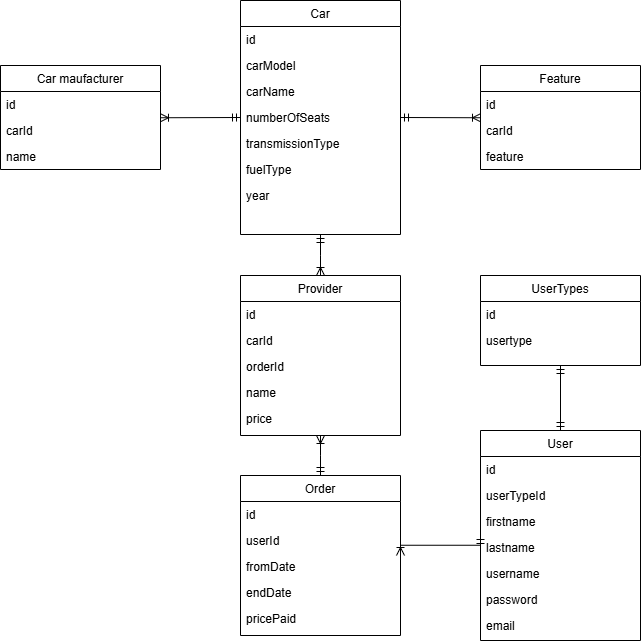
This is Doc/databaseScheme.drawio.png from Nezerpz/IDATA2306-Project-2025, a draw.io export, as it was before one commit. Source tidied: cells renumbered, new cells last; positions are measured from the earlier drawing's top-left corner, leaving out a move shared by most shapes.
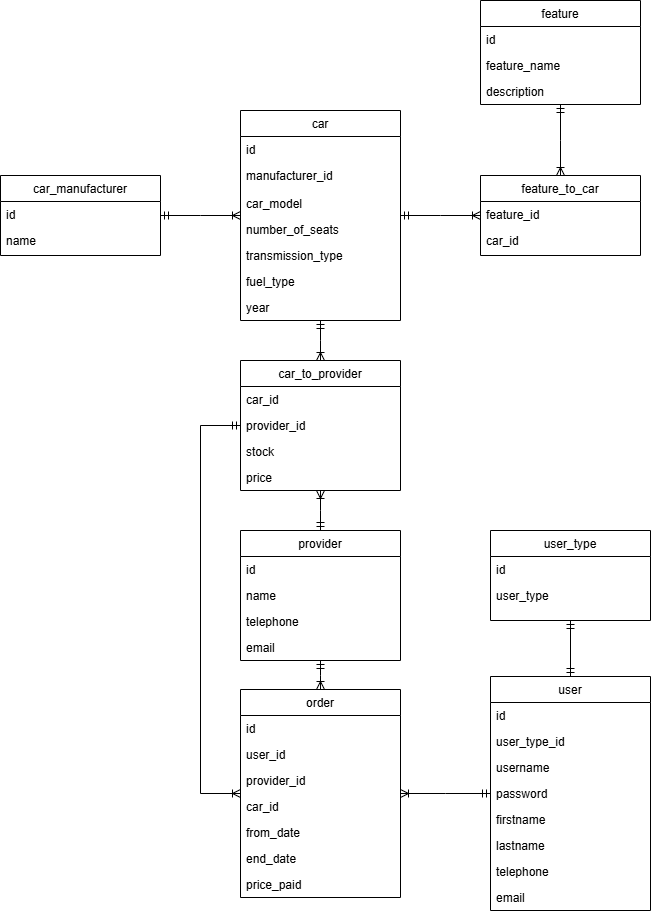
The same file after the commit.

Commit message:
Changes to database scheme

Diff of the diagram source:
```diff
@@ -2,140 +2,180 @@
   <root>
     <mxCell id="0" />
     <mxCell id="1" parent="0" />
-    <mxCell id="2" value="Car" style="swimlane;fontStyle=0;align=center;verticalAlign=top;horizontal=1;startSize=26;rounded=0;shadow=0;strokeWidth=1;" parent="1" vertex="1">
-      <mxGeometry x="240" width="160" height="234" as="geometry" />
+    <mxCell id="2" value="car" style="swimlane;fontStyle=0;align=center;verticalAlign=top;horizontal=1;startSize=26;rounded=0;shadow=0;strokeWidth=1;" parent="1" vertex="1">
+      <mxGeometry x="240" y="15" width="160" height="210" as="geometry" />
     </mxCell>
     <mxCell id="3" value="id" style="text;align=left;verticalAlign=top;spacingLeft=4;spacingRight=4;overflow=hidden;" parent="2" vertex="1">
       <mxGeometry y="26" width="160" height="26" as="geometry" />
     </mxCell>
+    <mxCell id="47" value="manufacturer_id&#10;" style="text;align=left;verticalAlign=top;spacingLeft=4;spacingRight=4;overflow=hidden;rounded=0;shadow=0;html=0;" parent="2" vertex="1">
+      <mxGeometry y="52" width="160" height="28" as="geometry" />
+    </mxCell>
-    <mxCell id="4" value="carModel" style="text;align=left;verticalAlign=top;spacingLeft=4;spacingRight=4;overflow=hidden;rounded=0;shadow=0;html=0;" parent="2" vertex="1">
-      <mxGeometry y="52" width="160" height="26" as="geometry" />
+    <mxCell id="4" value="car_model" style="text;align=left;verticalAlign=top;spacingLeft=4;spacingRight=4;overflow=hidden;rounded=0;shadow=0;html=0;" parent="2" vertex="1">
+      <mxGeometry y="80" width="160" height="26" as="geometry" />
     </mxCell>
-    <mxCell id="5" value="carName" style="text;align=left;verticalAlign=top;spacingLeft=4;spacingRight=4;overflow=hidden;rounded=0;shadow=0;html=0;" parent="2" vertex="1">
-      <mxGeometry y="78" width="160" height="26" as="geometry" />
-    </mxCell>
-    <mxCell id="6" value="numberOfSeats" style="text;align=left;verticalAlign=top;spacingLeft=4;spacingRight=4;overflow=hidden;rounded=0;shadow=0;html=0;" parent="2" vertex="1">
-      <mxGeometry y="104" width="160" height="26" as="geometry" />
+    <mxCell id="6" value="number_of_seats" style="text;align=left;verticalAlign=top;spacingLeft=4;spacingRight=4;overflow=hidden;rounded=0;shadow=0;html=0;" parent="2" vertex="1">
+      <mxGeometry y="106" width="160" height="26" as="geometry" />
     </mxCell>
-    <mxCell id="7" value="transmissionType" style="text;align=left;verticalAlign=top;spacingLeft=4;spacingRight=4;overflow=hidden;rounded=0;shadow=0;html=0;" parent="2" vertex="1">
-      <mxGeometry y="130" width="160" height="26" as="geometry" />
+    <mxCell id="7" value="transmission_type" style="text;align=left;verticalAlign=top;spacingLeft=4;spacingRight=4;overflow=hidden;rounded=0;shadow=0;html=0;" parent="2" vertex="1">
+      <mxGeometry y="132" width="160" height="26" as="geometry" />
     </mxCell>
-    <mxCell id="8" value="fuelType" style="text;align=left;verticalAlign=top;spacingLeft=4;spacingRight=4;overflow=hidden;rounded=0;shadow=0;html=0;" parent="2" vertex="1">
-      <mxGeometry y="156" width="160" height="26" as="geometry" />
+    <mxCell id="8" value="fuel_type" style="text;align=left;verticalAlign=top;spacingLeft=4;spacingRight=4;overflow=hidden;rounded=0;shadow=0;html=0;" parent="2" vertex="1">
+      <mxGeometry y="158" width="160" height="26" as="geometry" />
     </mxCell>
     <mxCell id="9" value="year" style="text;align=left;verticalAlign=top;spacingLeft=4;spacingRight=4;overflow=hidden;rounded=0;shadow=0;html=0;" parent="2" vertex="1">
-      <mxGeometry y="182" width="160" height="26" as="geometry" />
+      <mxGeometry y="184" width="160" height="26" as="geometry" />
     </mxCell>
-    <mxCell id="10" value="Order" style="swimlane;fontStyle=0;align=center;verticalAlign=top;horizontal=1;startSize=26;rounded=0;shadow=0;strokeWidth=1;" parent="1" vertex="1">
-      <mxGeometry x="240" y="475" width="160" height="160" as="geometry" />
+    <mxCell id="10" value="order" style="swimlane;fontStyle=0;align=center;verticalAlign=top;horizontal=1;startSize=26;rounded=0;shadow=0;strokeWidth=1;" parent="1" vertex="1">
+      <mxGeometry x="240" y="594" width="160" height="208" as="geometry" />
     </mxCell>
     <mxCell id="11" value="id" style="text;align=left;verticalAlign=top;spacingLeft=4;spacingRight=4;overflow=hidden;" parent="10" vertex="1">
       <mxGeometry y="26" width="160" height="26" as="geometry" />
     </mxCell>
-    <mxCell id="12" value="userId" style="text;align=left;verticalAlign=top;spacingLeft=4;spacingRight=4;overflow=hidden;" parent="10" vertex="1">
+    <mxCell id="12" value="user_id" style="text;align=left;verticalAlign=top;spacingLeft=4;spacingRight=4;overflow=hidden;" parent="10" vertex="1">
       <mxGeometry y="52" width="160" height="26" as="geometry" />
     </mxCell>
+    <mxCell id="48" value="provider_id" style="text;align=left;verticalAlign=top;spacingLeft=4;spacingRight=4;overflow=hidden;" parent="10" vertex="1">
+      <mxGeometry y="78" width="160" height="26" as="geometry" />
+    </mxCell>
+    <mxCell id="49" value="car_id" style="text;align=left;verticalAlign=top;spacingLeft=4;spacingRight=4;overflow=hidden;" parent="10" vertex="1">
+      <mxGeometry y="104" width="160" height="26" as="geometry" />
+    </mxCell>
-    <mxCell id="13" value="fromDate" style="text;align=left;verticalAlign=top;spacingLeft=4;spacingRight=4;overflow=hidden;" parent="10" vertex="1">
-      <mxGeometry y="78" width="160" height="26" as="geometry" />
+    <mxCell id="13" value="from_date" style="text;align=left;verticalAlign=top;spacingLeft=4;spacingRight=4;overflow=hidden;" parent="10" vertex="1">
+      <mxGeometry y="130" width="160" height="26" as="geometry" />
     </mxCell>
-    <mxCell id="14" value="endDate" style="text;align=left;verticalAlign=top;spacingLeft=4;spacingRight=4;overflow=hidden;" parent="10" vertex="1">
-      <mxGeometry y="104" width="160" height="26" as="geometry" />
+    <mxCell id="14" value="end_date" style="text;align=left;verticalAlign=top;spacingLeft=4;spacingRight=4;overflow=hidden;" parent="10" vertex="1">
+      <mxGeometry y="156" width="160" height="26" as="geometry" />
     </mxCell>
-    <mxCell id="15" value="pricePaid" style="text;align=left;verticalAlign=top;spacingLeft=4;spacingRight=4;overflow=hidden;" parent="10" vertex="1">
-      <mxGeometry y="130" width="160" height="26" as="geometry" />
+    <mxCell id="15" value="price_paid" style="text;align=left;verticalAlign=top;spacingLeft=4;spacingRight=4;overflow=hidden;" parent="10" vertex="1">
+      <mxGeometry y="182" width="160" height="26" as="geometry" />
     </mxCell>
-    <mxCell id="16" value="Feature" style="swimlane;fontStyle=0;align=center;verticalAlign=top;horizontal=1;startSize=26;rounded=0;shadow=0;strokeWidth=1;" parent="1" vertex="1">
-      <mxGeometry x="480" y="65" width="160" height="104" as="geometry" />
+    <mxCell id="16" value="feature_to_car" style="swimlane;fontStyle=0;align=center;verticalAlign=top;horizontal=1;startSize=26;rounded=0;shadow=0;strokeWidth=1;" parent="1" vertex="1">
+      <mxGeometry x="480" y="80" width="160" height="80" as="geometry" />
     </mxCell>
-    <mxCell id="17" value="id" style="text;align=left;verticalAlign=top;spacingLeft=4;spacingRight=4;overflow=hidden;rounded=0;shadow=0;html=0;" parent="16" vertex="1">
+    <mxCell id="17" value="feature_id" style="text;align=left;verticalAlign=top;spacingLeft=4;spacingRight=4;overflow=hidden;rounded=0;shadow=0;html=0;" parent="16" vertex="1">
       <mxGeometry y="26" width="160" height="26" as="geometry" />
     </mxCell>
-    <mxCell id="18" value="carId" style="text;align=left;verticalAlign=top;spacingLeft=4;spacingRight=4;overflow=hidden;rounded=0;shadow=0;html=0;" parent="16" vertex="1">
+    <mxCell id="18" value="car_id" style="text;align=left;verticalAlign=top;spacingLeft=4;spacingRight=4;overflow=hidden;rounded=0;shadow=0;html=0;" parent="16" vertex="1">
       <mxGeometry y="52" width="160" height="26" as="geometry" />
     </mxCell>
-    <mxCell id="19" value="feature" style="text;align=left;verticalAlign=top;spacingLeft=4;spacingRight=4;overflow=hidden;points=[[0,0.5],[1,0.5]];portConstraint=eastwest;rounded=0;shadow=0;html=0;" parent="16" vertex="1">
-      <mxGeometry y="78" width="160" height="26" as="geometry" />
-    </mxCell>
-    <mxCell id="20" style="endArrow=ERoneToMany;html=1;rounded=0;startArrow=ERmandOne;startFill=0;endFill=0;edgeStyle=elbowEdgeStyle;elbow=vertical;entryX=0;entryY=0.5;entryDx=0;entryDy=0;exitX=1;exitY=0.5;exitDx=0;exitDy=0;" parent="1" edge="1" source="2" target="16">
+    <mxCell id="20" style="endArrow=ERoneToMany;html=1;rounded=0;startArrow=ERmandOne;startFill=0;endFill=0;edgeStyle=elbowEdgeStyle;elbow=vertical;exitX=1;exitY=0.5;exitDx=0;exitDy=0;entryX=0;entryY=0.5;entryDx=0;entryDy=0;" parent="1" edge="1" source="2" target="16">
       <mxGeometry relative="1" as="geometry" />
     </mxCell>
-    <mxCell id="21" value="Car maufacturer" style="swimlane;fontStyle=0;align=center;verticalAlign=top;horizontal=1;startSize=26;rounded=0;shadow=0;strokeWidth=1;" parent="1" vertex="1">
-      <mxGeometry y="65" width="160" height="104" as="geometry" />
-    </mxCell>
-    <mxCell id="22" value="id" style="text;align=left;verticalAlign=top;spacingLeft=4;spacingRight=4;overflow=hidden;rounded=0;shadow=0;html=0;" parent="21" vertex="1">
-      <mxGeometry y="26" width="160" height="26" as="geometry" />
-    </mxCell>
-    <mxCell id="23" value="carId" style="text;align=left;verticalAlign=top;spacingLeft=4;spacingRight=4;overflow=hidden;rounded=0;shadow=0;html=0;" parent="21" vertex="1">
-      <mxGeometry y="52" width="160" height="26" as="geometry" />
-    </mxCell>
-    <mxCell id="24" value="name" style="text;align=left;verticalAlign=top;spacingLeft=4;spacingRight=4;overflow=hidden;rounded=0;shadow=0;html=0;" parent="21" vertex="1">
-      <mxGeometry y="78" width="160" height="26" as="geometry" />
-    </mxCell>
-    <mxCell id="25" style="endArrow=ERoneToMany;html=1;rounded=0;exitX=0;exitY=0.5;exitDx=0;exitDy=0;startArrow=ERmandOne;startFill=0;endFill=0;edgeStyle=elbowEdgeStyle;elbow=vertical;entryX=1;entryY=0.5;entryDx=0;entryDy=0;" parent="1" edge="1" source="2" target="21">
-      <mxGeometry relative="1" as="geometry" />
-    </mxCell>
-    <mxCell id="26" style="endArrow=ERoneToMany;html=1;rounded=0;startArrow=ERmandOne;startFill=0;endFill=0;edgeStyle=elbowEdgeStyle;elbow=vertical;exitX=0.5;exitY=0;exitDx=0;exitDy=0;entryX=0.5;entryY=1;entryDx=0;entryDy=0;" parent="1" edge="1" source="10" target="27">
-      <mxGeometry relative="1" as="geometry" />
-    </mxCell>
-    <mxCell id="27" value="Provider" style="swimlane;fontStyle=0;align=center;verticalAlign=top;horizontal=1;startSize=26;rounded=0;shadow=0;strokeWidth=1;" parent="1" vertex="1">
-      <mxGeometry x="240" y="275" width="160" height="160" as="geometry" />
+    <mxCell id="27" value="provider" style="swimlane;fontStyle=0;align=center;verticalAlign=top;horizontal=1;startSize=26;rounded=0;shadow=0;strokeWidth=1;" parent="1" vertex="1">
+      <mxGeometry x="240" y="435" width="160" height="130" as="geometry" />
     </mxCell>
     <mxCell id="28" value="id" style="text;align=left;verticalAlign=top;spacingLeft=4;spacingRight=4;overflow=hidden;" parent="27" vertex="1">
       <mxGeometry y="26" width="160" height="26" as="geometry" />
     </mxCell>
-    <mxCell id="29" value="carId" style="text;align=left;verticalAlign=top;spacingLeft=4;spacingRight=4;overflow=hidden;" parent="27" vertex="1">
-      <mxGeometry y="52" width="160" height="26" as="geometry" />
-    </mxCell>
-    <mxCell id="30" value="orderId" style="text;align=left;verticalAlign=top;spacingLeft=4;spacingRight=4;overflow=hidden;" parent="27" vertex="1">
-      <mxGeometry y="78" width="160" height="26" as="geometry" />
-    </mxCell>
+    <mxCell id="50" value="name" style="text;align=left;verticalAlign=top;spacingLeft=4;spacingRight=4;overflow=hidden;" parent="27" vertex="1">
+      <mxGeometry y="52" width="160" height="26" as="geometry" />
+    </mxCell>
+    <mxCell id="51" value="telephone" style="text;align=left;verticalAlign=top;spacingLeft=4;spacingRight=4;overflow=hidden;" parent="27" vertex="1">
+      <mxGeometry y="78" width="160" height="26" as="geometry" />
+    </mxCell>
-    <mxCell id="31" value="name" style="text;align=left;verticalAlign=top;spacingLeft=4;spacingRight=4;overflow=hidden;" parent="27" vertex="1">
+    <mxCell id="31" value="email" style="text;align=left;verticalAlign=top;spacingLeft=4;spacingRight=4;overflow=hidden;" parent="27" vertex="1">
       <mxGeometry y="104" width="160" height="26" as="geometry" />
     </mxCell>
-    <mxCell id="32" value="price" style="text;align=left;verticalAlign=top;spacingLeft=4;spacingRight=4;overflow=hidden;" parent="27" vertex="1">
-      <mxGeometry y="130" width="160" height="26" as="geometry" />
-    </mxCell>
-    <mxCell id="33" style="endArrow=ERoneToMany;html=1;rounded=0;startArrow=ERmandOne;startFill=0;endFill=0;edgeStyle=elbowEdgeStyle;elbow=vertical;entryX=0.5;entryY=0;entryDx=0;entryDy=0;exitX=0.5;exitY=1;exitDx=0;exitDy=0;" parent="1" edge="1" source="2" target="27">
+    <mxCell id="33" style="endArrow=ERoneToMany;html=1;rounded=0;startArrow=ERmandOne;startFill=0;endFill=0;edgeStyle=elbowEdgeStyle;elbow=vertical;exitX=0.5;exitY=0;exitDx=0;exitDy=0;entryX=0.5;entryY=1;entryDx=0;entryDy=0;" parent="1" edge="1" source="27" target="61">
       <mxGeometry relative="1" as="geometry" />
     </mxCell>
-    <mxCell id="34" value="User" style="swimlane;fontStyle=0;align=center;verticalAlign=top;horizontal=1;startSize=26;rounded=0;shadow=0;strokeWidth=1;" parent="1" vertex="1">
-      <mxGeometry x="480" y="430" width="160" height="210" as="geometry" />
+    <mxCell id="34" value="user" style="swimlane;fontStyle=0;align=center;verticalAlign=top;horizontal=1;startSize=26;rounded=0;shadow=0;strokeWidth=1;" parent="1" vertex="1">
+      <mxGeometry x="490" y="581" width="160" height="234" as="geometry" />
     </mxCell>
     <mxCell id="35" value="id" style="text;align=left;verticalAlign=top;spacingLeft=4;spacingRight=4;overflow=hidden;" parent="34" vertex="1">
       <mxGeometry y="26" width="160" height="26" as="geometry" />
     </mxCell>
-    <mxCell id="36" value="userTypeId" style="text;align=left;verticalAlign=top;spacingLeft=4;spacingRight=4;overflow=hidden;" parent="34" vertex="1">
+    <mxCell id="36" value="user_type_id" style="text;align=left;verticalAlign=top;spacingLeft=4;spacingRight=4;overflow=hidden;" parent="34" vertex="1">
       <mxGeometry y="52" width="160" height="26" as="geometry" />
     </mxCell>
+    <mxCell id="39" value="username" style="text;align=left;verticalAlign=top;spacingLeft=4;spacingRight=4;overflow=hidden;" parent="34" vertex="1">
+      <mxGeometry y="78" width="160" height="26" as="geometry" />
+    </mxCell>
+    <mxCell id="40" value="password" style="text;align=left;verticalAlign=top;spacingLeft=4;spacingRight=4;overflow=hidden;" parent="34" vertex="1">
+      <mxGeometry y="104" width="160" height="26" as="geometry" />
+    </mxCell>
     <mxCell id="37" value="firstname" style="text;align=left;verticalAlign=top;spacingLeft=4;spacingRight=4;overflow=hidden;" parent="34" vertex="1">
-      <mxGeometry y="78" width="160" height="26" as="geometry" />
+      <mxGeometry y="130" width="160" height="26" as="geometry" />
     </mxCell>
     <mxCell id="38" value="lastname" style="text;align=left;verticalAlign=top;spacingLeft=4;spacingRight=4;overflow=hidden;" parent="34" vertex="1">
-      <mxGeometry y="104" width="160" height="26" as="geometry" />
+      <mxGeometry y="156" width="160" height="26" as="geometry" />
     </mxCell>
-    <mxCell id="39" value="username" style="text;align=left;verticalAlign=top;spacingLeft=4;spacingRight=4;overflow=hidden;" parent="34" vertex="1">
-      <mxGeometry y="130" width="160" height="26" as="geometry" />
-    </mxCell>
-    <mxCell id="40" value="password" style="text;align=left;verticalAlign=top;spacingLeft=4;spacingRight=4;overflow=hidden;" parent="34" vertex="1">
-      <mxGeometry y="156" width="160" height="26" as="geometry" />
-    </mxCell>
+    <mxCell id="52" value="telephone" style="text;align=left;verticalAlign=top;spacingLeft=4;spacingRight=4;overflow=hidden;" parent="34" vertex="1">
+      <mxGeometry y="182" width="160" height="26" as="geometry" />
+    </mxCell>
     <mxCell id="41" value="email" style="text;align=left;verticalAlign=top;spacingLeft=4;spacingRight=4;overflow=hidden;" parent="34" vertex="1">
-      <mxGeometry y="182" width="160" height="26" as="geometry" />
+      <mxGeometry y="208" width="160" height="26" as="geometry" />
     </mxCell>
-    <mxCell id="42" style="endArrow=ERoneToMany;html=1;rounded=0;startArrow=ERmandOne;startFill=0;endFill=0;edgeStyle=elbowEdgeStyle;elbow=vertical;entryX=1;entryY=0.5;entryDx=0;entryDy=0;exitX=0;exitY=0.5;exitDx=0;exitDy=0;" parent="1" edge="1" source="34" target="10">
-      <mxGeometry relative="1" as="geometry" />
-    </mxCell>
-    <mxCell id="43" value="UserTypes" style="swimlane;fontStyle=0;align=center;verticalAlign=top;horizontal=1;startSize=26;rounded=0;shadow=0;strokeWidth=1;" parent="1" vertex="1">
-      <mxGeometry x="480" y="275" width="160" height="90" as="geometry" />
+    <mxCell id="43" value="user_type" style="swimlane;fontStyle=0;align=center;verticalAlign=top;horizontal=1;startSize=26;rounded=0;shadow=0;strokeWidth=1;" parent="1" vertex="1">
+      <mxGeometry x="490" y="435" width="160" height="90" as="geometry" />
     </mxCell>
     <mxCell id="44" value="id" style="text;align=left;verticalAlign=top;spacingLeft=4;spacingRight=4;overflow=hidden;" parent="43" vertex="1">
       <mxGeometry y="26" width="160" height="26" as="geometry" />
     </mxCell>
-    <mxCell id="45" value="usertype" style="text;align=left;verticalAlign=top;spacingLeft=4;spacingRight=4;overflow=hidden;" parent="43" vertex="1">
+    <mxCell id="45" value="user_type" style="text;align=left;verticalAlign=top;spacingLeft=4;spacingRight=4;overflow=hidden;" parent="43" vertex="1">
       <mxGeometry y="52" width="160" height="26" as="geometry" />
     </mxCell>
     <mxCell id="46" style="endArrow=ERmandOne;html=1;rounded=0;entryX=0.5;entryY=1;entryDx=0;entryDy=0;exitX=0.5;exitY=0;exitDx=0;exitDy=0;startArrow=ERmandOne;startFill=0;endFill=0;" parent="1" edge="1" source="34" target="43">
       <mxGeometry relative="1" as="geometry" />
     </mxCell>
+    <mxCell id="53" value="car_manufacturer" style="swimlane;fontStyle=0;align=center;verticalAlign=top;horizontal=1;startSize=26;rounded=0;shadow=0;strokeWidth=1;" parent="1" vertex="1">
+      <mxGeometry y="80" width="160" height="80" as="geometry" />
+    </mxCell>
+    <mxCell id="54" value="id" style="text;align=left;verticalAlign=top;spacingLeft=4;spacingRight=4;overflow=hidden;rounded=0;shadow=0;html=0;" parent="53" vertex="1">
+      <mxGeometry y="26" width="160" height="26" as="geometry" />
+    </mxCell>
+    <mxCell id="24" value="name" style="text;align=left;verticalAlign=top;spacingLeft=4;spacingRight=4;overflow=hidden;rounded=0;shadow=0;html=0;" parent="53" vertex="1">
+      <mxGeometry y="52" width="160" height="26" as="geometry" />
+    </mxCell>
+    <mxCell id="55" style="endArrow=ERmandOne;html=1;rounded=0;startArrow=ERoneToMany;startFill=0;endFill=0;edgeStyle=elbowEdgeStyle;elbow=vertical;exitX=0;exitY=0.5;exitDx=0;exitDy=0;entryX=1;entryY=0.5;entryDx=0;entryDy=0;" parent="1" edge="1" source="2" target="53">
+      <mxGeometry relative="1" as="geometry" />
+    </mxCell>
+    <mxCell id="19" value="feature" style="swimlane;fontStyle=0;align=center;verticalAlign=top;horizontal=1;startSize=26;rounded=0;shadow=0;strokeWidth=1;" parent="1" vertex="1">
+      <mxGeometry x="480" y="-95" width="160" height="104" as="geometry" />
+    </mxCell>
+    <mxCell id="56" value="id" style="text;align=left;verticalAlign=top;spacingLeft=4;spacingRight=4;overflow=hidden;rounded=0;shadow=0;html=0;" parent="19" vertex="1">
+      <mxGeometry y="26" width="160" height="26" as="geometry" />
+    </mxCell>
+    <mxCell id="57" value="feature_name" style="text;align=left;verticalAlign=top;spacingLeft=4;spacingRight=4;overflow=hidden;rounded=0;shadow=0;html=0;" parent="19" vertex="1">
+      <mxGeometry y="52" width="160" height="26" as="geometry" />
+    </mxCell>
+    <mxCell id="58" value="description" style="text;align=left;verticalAlign=top;spacingLeft=4;spacingRight=4;overflow=hidden;rounded=0;shadow=0;html=0;" parent="19" vertex="1">
+      <mxGeometry y="78" width="160" height="26" as="geometry" />
+    </mxCell>
+    <mxCell id="59" style="endArrow=ERoneToMany;html=1;rounded=0;startArrow=ERmandOne;startFill=0;endFill=0;edgeStyle=elbowEdgeStyle;elbow=vertical;exitX=0.5;exitY=1;exitDx=0;exitDy=0;entryX=0.5;entryY=0;entryDx=0;entryDy=0;" parent="1" edge="1" source="19" target="16">
+      <mxGeometry relative="1" as="geometry" />
+    </mxCell>
+    <mxCell id="60" style="endArrow=ERoneToMany;html=1;rounded=0;startArrow=ERmandOne;startFill=0;endFill=0;edgeStyle=elbowEdgeStyle;elbow=vertical;entryX=0.5;entryY=0;entryDx=0;entryDy=0;exitX=0.5;exitY=1;exitDx=0;exitDy=0;" parent="1" edge="1" source="27" target="10">
+      <mxGeometry relative="1" as="geometry" />
+    </mxCell>
+    <mxCell id="61" value="car_to_provider" style="swimlane;fontStyle=0;align=center;verticalAlign=top;horizontal=1;startSize=26;rounded=0;shadow=0;strokeWidth=1;" parent="1" vertex="1">
+      <mxGeometry x="240" y="265" width="160" height="130" as="geometry" />
+    </mxCell>
+    <mxCell id="62" value="car_id" style="text;align=left;verticalAlign=top;spacingLeft=4;spacingRight=4;overflow=hidden;" parent="61" vertex="1">
+      <mxGeometry y="26" width="160" height="26" as="geometry" />
+    </mxCell>
+    <mxCell id="63" value="provider_id" style="text;align=left;verticalAlign=top;spacingLeft=4;spacingRight=4;overflow=hidden;" parent="61" vertex="1">
+      <mxGeometry y="52" width="160" height="26" as="geometry" />
+    </mxCell>
+    <mxCell id="64" value="stock&#10;" style="text;align=left;verticalAlign=top;spacingLeft=4;spacingRight=4;overflow=hidden;" parent="61" vertex="1">
+      <mxGeometry y="78" width="160" height="26" as="geometry" />
+    </mxCell>
+    <mxCell id="32" value="price" style="text;align=left;verticalAlign=top;spacingLeft=4;spacingRight=4;overflow=hidden;" parent="61" vertex="1">
+      <mxGeometry y="104" width="160" height="26" as="geometry" />
+    </mxCell>
+    <mxCell id="65" style="endArrow=ERoneToMany;html=1;rounded=0;startArrow=ERmandOne;startFill=0;endFill=0;edgeStyle=elbowEdgeStyle;elbow=vertical;exitX=0.5;exitY=1;exitDx=0;exitDy=0;entryX=0.5;entryY=0;entryDx=0;entryDy=0;" parent="1" edge="1" source="2" target="61">
+      <mxGeometry relative="1" as="geometry" />
+    </mxCell>
+    <mxCell id="42" style="endArrow=ERoneToMany;html=1;rounded=0;startArrow=ERmandOne;startFill=0;endFill=0;edgeStyle=elbowEdgeStyle;elbow=vertical;entryX=1;entryY=0.5;entryDx=0;entryDy=0;exitX=0;exitY=0.5;exitDx=0;exitDy=0;" parent="1" edge="1" source="34" target="10">
+      <mxGeometry relative="1" as="geometry" />
+    </mxCell>
+    <mxCell id="66" style="endArrow=ERoneToMany;html=1;rounded=0;startArrow=ERmandOne;startFill=0;endFill=0;edgeStyle=elbowEdgeStyle;elbow=vertical;exitX=0;exitY=0.5;exitDx=0;exitDy=0;entryX=0;entryY=0.5;entryDx=0;entryDy=0;" parent="1" edge="1" source="61" target="10">
+      <mxGeometry relative="1" as="geometry">
+        <Array as="points">
+          <mxPoint x="200" y="505" />
+        </Array>
+      </mxGeometry>
+    </mxCell>
   </root>
 </mxGraphModel>
```
